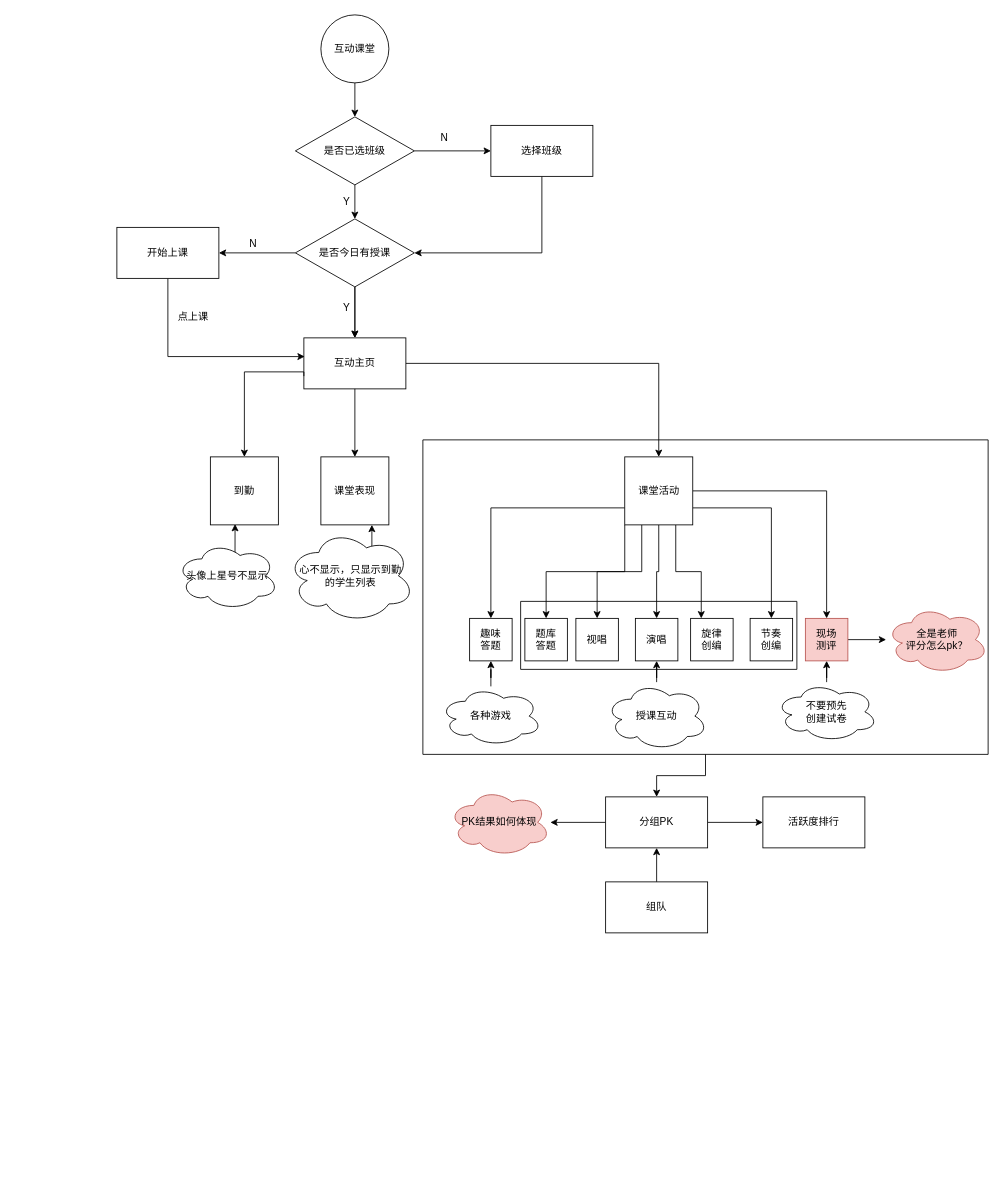
lhj2016/test keeps this draw.io diagram as 未命名绘图.drawio. Above is the earlier version. Source tidied: cells renumbered, new cells numbered last; positions are measured from the earlier drawing's top-left corner, leaving out a move shared by most shapes. Both pictures are drawn from the tidied source at 85%, with x=0, y=0 at pixel (116, 14).
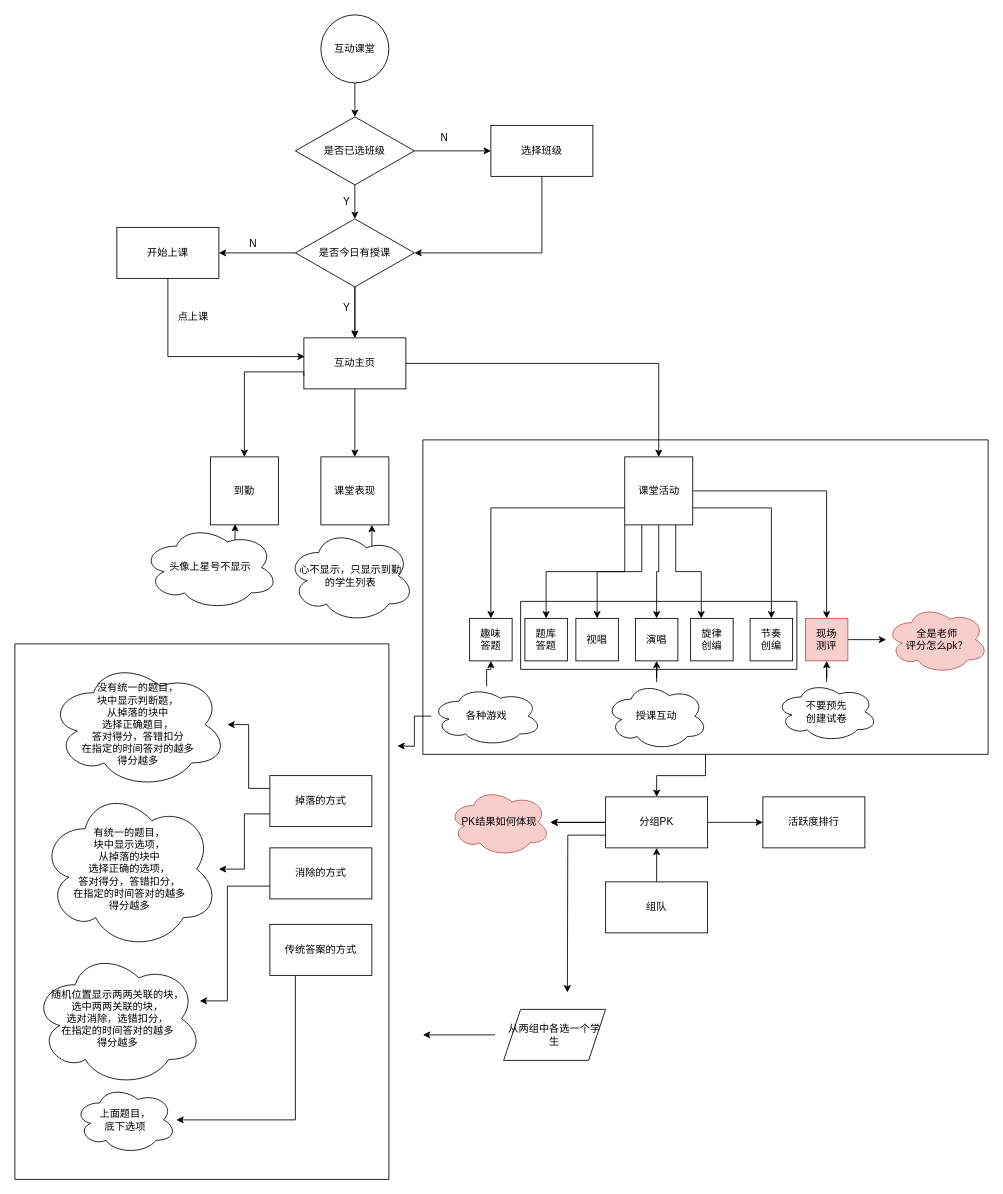
After the change.

Commit message:
更新未命名绘图.drawio

The change refers to these unchanged cells:
```xml
<mxCell id="54" value="分组PK" style="whiteSpace=wrap;html=1;" parent="1" vertex="1">
  <mxGeometry x="575" y="920" width="120" height="60" as="geometry" />
</mxCell>
<mxCell id="61" value="PK结果如何体现" style="ellipse;shape=cloud;whiteSpace=wrap;html=1;fillColor=#f8cecc;strokeColor=#b85450;" parent="1" vertex="1">
  <mxGeometry x="390" y="910" width="120" height="80" as="geometry" />
</mxCell>
```

Change to the diagram source:
```diff
@@
     <mxCell id="34" value="头像上星号不显示" style="ellipse;shape=cloud;whiteSpace=wrap;html=1;" parent="1" vertex="1">
-      <mxGeometry x="70" y="620" width="120" height="80" as="geometry" />
+      <mxGeometry x="30" y="600" width="160" height="100" as="geometry" />
     </mxCell>
@@
+    <mxCell id="63" style="edgeStyle=orthogonalEdgeStyle;rounded=0;jettySize=auto;html=1;" parent="1" edge="1" source="51">
+      <mxGeometry relative="1" as="geometry">
+        <mxPoint x="330" y="860" as="targetPoint" />
+      </mxGeometry>
+    </mxCell>
     <mxCell id="51" value="各种游戏" style="ellipse;shape=cloud;whiteSpace=wrap;html=1;" parent="1" vertex="1">
-      <mxGeometry x="380" y="790" width="120" height="70" as="geometry" />
+      <mxGeometry x="370" y="790" width="130" height="70" as="geometry" />
     </mxCell>
@@
+    <mxCell id="64" style="edgeStyle=orthogonalEdgeStyle;rounded=0;jettySize=auto;html=1;" parent="1" edge="1" source="54" target="61">
+      <mxGeometry relative="1" as="geometry" />
+    </mxCell>
+    <mxCell id="65" style="edgeStyle=orthogonalEdgeStyle;rounded=0;jettySize=auto;html=1;exitX=0;exitY=0.75;exitDx=0;exitDy=0;" parent="1" edge="1" source="54">
+      <mxGeometry relative="1" as="geometry">
+        <mxPoint x="530" y="1150" as="targetPoint" />
+      </mxGeometry>
+    </mxCell>
@@
+    <mxCell id="66" style="edgeStyle=orthogonalEdgeStyle;rounded=0;jettySize=auto;html=1;exitX=0.25;exitY=1;exitDx=0;exitDy=0;" parent="1" edge="1" source="67" target="73">
+      <mxGeometry relative="1" as="geometry">
+        <Array as="points">
+          <mxPoint x="210" y="1300" />
+        </Array>
+      </mxGeometry>
+    </mxCell>
+    <mxCell id="67" value="传统答案的方式" style="whiteSpace=wrap;html=1;" parent="1" vertex="1">
+      <mxGeometry x="180" y="1070" width="120" height="60" as="geometry" />
+    </mxCell>
+    <mxCell id="68" style="edgeStyle=orthogonalEdgeStyle;rounded=0;jettySize=auto;html=1;exitX=0;exitY=0.75;exitDx=0;exitDy=0;" parent="1" edge="1" source="70" target="72">
+      <mxGeometry relative="1" as="geometry" />
+    </mxCell>
+    <mxCell id="69" style="edgeStyle=orthogonalEdgeStyle;rounded=0;jettySize=auto;html=1;exitX=0;exitY=0.25;exitDx=0;exitDy=0;" parent="1" edge="1" source="70" target="71">
+      <mxGeometry relative="1" as="geometry" />
+    </mxCell>
+    <mxCell id="70" value="掉落的方式" style="whiteSpace=wrap;html=1;" parent="1" vertex="1">
+      <mxGeometry x="180" y="895" width="120" height="60" as="geometry" />
+    </mxCell>
+    <mxCell id="71" value="没有统一的题目，&lt;br&gt;块中显示判断题，&lt;br&gt;从掉落的块中&lt;br&gt;选择正确题目，&lt;br&gt;答对得分，答错扣分&lt;br&gt;在指定的时间答对的越多&lt;br&gt;得分越多" style="ellipse;shape=cloud;whiteSpace=wrap;html=1;" parent="1" vertex="1">
+      <mxGeometry x="-80" y="760" width="210" height="150" as="geometry" />
+    </mxCell>
+    <mxCell id="72" value="有统一的题目，&lt;br&gt;块中显示选项，&lt;br&gt;从掉落的块中&lt;br&gt;选择正确的选项，&lt;br&gt;答对得分，答错扣分，&lt;br&gt;在指定的时间答对的越多&lt;br&gt;得分越多" style="ellipse;shape=cloud;whiteSpace=wrap;html=1;" parent="1" vertex="1">
+      <mxGeometry x="-90" y="910" width="210" height="190" as="geometry" />
+    </mxCell>
+    <mxCell id="73" value="上面题目，&lt;br&gt;底下选项" style="ellipse;shape=cloud;whiteSpace=wrap;html=1;" parent="1" vertex="1">
+      <mxGeometry x="-50" y="1260" width="120" height="80" as="geometry" />
+    </mxCell>
+    <mxCell id="74" style="edgeStyle=orthogonalEdgeStyle;rounded=0;jettySize=auto;html=1;exitX=0;exitY=0.75;exitDx=0;exitDy=0;" parent="1" edge="1" source="75" target="76">
+      <mxGeometry relative="1" as="geometry">
+        <Array as="points">
+          <mxPoint x="130" y="1025" />
+          <mxPoint x="130" y="1160" />
+        </Array>
+      </mxGeometry>
+    </mxCell>
+    <mxCell id="75" value="消除的方式" style="whiteSpace=wrap;html=1;" parent="1" vertex="1">
+      <mxGeometry x="180" y="980" width="120" height="60" as="geometry" />
+    </mxCell>
+    <mxCell id="76" value="随机位置显示两两关联的块，&lt;br&gt;选中两两关联的块，&lt;br&gt;选对消除，选错扣分，&lt;br&gt;在指定的时间答对的越多&lt;br&gt;得分越多" style="ellipse;shape=cloud;whiteSpace=wrap;html=1;" parent="1" vertex="1">
+      <mxGeometry x="-99" y="1101" width="200" height="160" as="geometry" />
+    </mxCell>
+    <mxCell id="77" style="swimlane;startSize=0;" parent="1" vertex="1">
+      <mxGeometry x="-120" y="740" width="440" height="630" as="geometry" />
+    </mxCell>
+    <mxCell id="78" style="edgeStyle=orthogonalEdgeStyle;rounded=0;orthogonalLoop=1;jettySize=auto;html=1;" parent="1" edge="1">
+      <mxGeometry relative="1" as="geometry">
+        <mxPoint x="445" y="1200" as="sourcePoint" />
+        <mxPoint x="360" y="1200" as="targetPoint" />
+      </mxGeometry>
+    </mxCell>
+    <mxCell id="79" value="从两组中各选一个学生" style="shape=parallelogram;perimeter=parallelogramPerimeter;whiteSpace=wrap;html=1;fixedSize=1;" parent="1" vertex="1">
+      <mxGeometry x="455" y="1170" width="120" height="60" as="geometry" />
+    </mxCell>
```
